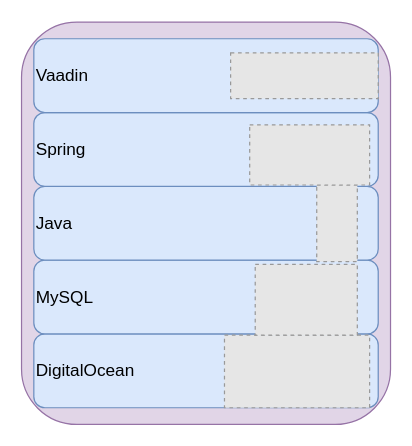
This is Techstack BudgetDuck.drawio from SirBing/UML, a draw.io file, before an edit. Source tidied: cells renumbered, new cells numbered last; positions are measured from the earlier drawing's top-left corner, leaving out a move shared by most shapes. Both pictures are drawn from the tidied source at 123%, with x=0, y=0 at pixel (21, 21). Pictures stored in the file or linked from it are replaced by grey dashed boxes.
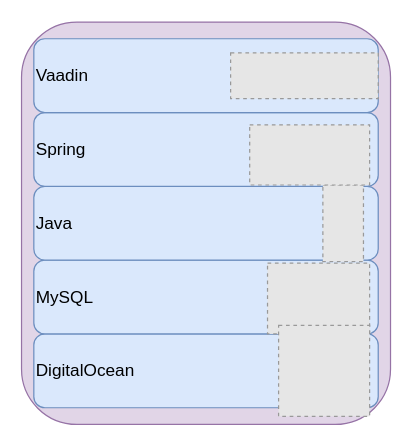
The same diagram, later.

Diff of the diagram source:
```diff
@@
 <mxGraphModel>
   <root>
     <mxCell id="0" />
     <mxCell id="1" parent="0" />
     <mxCell id="2" style="rounded=1;whiteSpace=wrap;html=1;align=left;fillColor=#e1d5e7;strokeColor=#9673a6;" parent="1" vertex="1">
       <mxGeometry y="0.4" width="300" height="327.2" as="geometry" />
     </mxCell>
     <mxCell id="3" value="DigitalOcean" style="rounded=1;whiteSpace=wrap;html=1;align=left;fillColor=#dae8fc;strokeColor=#6c8ebf;fontSize=14;" parent="1" vertex="1">
       <mxGeometry x="10" y="254" width="280" height="60" as="geometry" />
     </mxCell>
     <mxCell id="4" value="MySQL" style="rounded=1;whiteSpace=wrap;html=1;align=left;fillColor=#dae8fc;strokeColor=#6c8ebf;fontSize=14;" parent="1" vertex="1">
       <mxGeometry x="10" y="194" width="280" height="60" as="geometry" />
     </mxCell>
     <mxCell id="5" value="Java" style="rounded=1;whiteSpace=wrap;html=1;align=left;fillColor=#dae8fc;strokeColor=#6c8ebf;fontSize=14;" parent="1" vertex="1">
       <mxGeometry x="10" y="134" width="280" height="60" as="geometry" />
     </mxCell>
     <mxCell id="6" value="Spring" style="rounded=1;whiteSpace=wrap;html=1;align=left;fillColor=#dae8fc;strokeColor=#6c8ebf;fontSize=14;" parent="1" vertex="1">
       <mxGeometry x="10" y="74" width="280" height="60" as="geometry" />
     </mxCell>
     <mxCell id="7" value="Vaadin" style="rounded=1;whiteSpace=wrap;html=1;align=left;fillColor=#dae8fc;strokeColor=#6c8ebf;fontSize=14;" parent="1" vertex="1">
       <mxGeometry x="10" y="14" width="280" height="60" as="geometry" />
     </mxCell>
-    <mxCell id="8" style="fillColor=#E6E6E6;strokeColor=#999999;dashed=1;verticalLabelPosition=bottom;labelBackgroundColor=#ffffff;verticalAlign=top;" parent="1" vertex="1">
-      <mxGeometry x="165" y="255" width="118" height="59" as="geometry" />
-    </mxCell>
     <mxCell id="9" style="fillColor=#E6E6E6;strokeColor=#999999;dashed=1;verticalLabelPosition=bottom;labelBackgroundColor=#ffffff;verticalAlign=top;" parent="1" vertex="1">
-      <mxGeometry x="190" y="197.4" width="83" height="57.6" as="geometry" />
+      <mxGeometry x="200" y="196.4" width="83" height="57.6" as="geometry" />
     </mxCell>
     <mxCell id="10" style="fillColor=#E6E6E6;strokeColor=#999999;dashed=1;verticalLabelPosition=bottom;labelBackgroundColor=#ffffff;verticalAlign=top;" parent="1" vertex="1">
-      <mxGeometry x="240" y="132.8" width="33" height="62.4" as="geometry" />
+      <mxGeometry x="245" y="132.8" width="33" height="62.4" as="geometry" />
     </mxCell>
     <mxCell id="11" style="fillColor=#E6E6E6;strokeColor=#999999;dashed=1;verticalLabelPosition=bottom;labelBackgroundColor=#ffffff;verticalAlign=top;" parent="1" vertex="1">
       <mxGeometry x="185.5" y="84.1" width="97.5" height="48.8" as="geometry" />
     </mxCell>
     <mxCell id="12" style="fillColor=#E6E6E6;strokeColor=#999999;dashed=1;verticalLabelPosition=bottom;labelBackgroundColor=#ffffff;verticalAlign=top;" parent="1" vertex="1">
       <mxGeometry x="170" y="25.4" width="120" height="37.2" as="geometry" />
     </mxCell>
+    <mxCell id="13" style="fillColor=#E6E6E6;strokeColor=#999999;dashed=1;verticalLabelPosition=bottom;labelBackgroundColor=#ffffff;verticalAlign=top;" parent="1" vertex="1">
+      <mxGeometry x="209" y="247" width="74" height="74" as="geometry" />
+    </mxCell>
   </root>
 </mxGraphModel>
```
